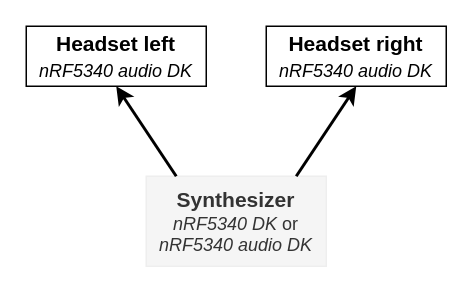
Earlier version of the draw.io diagram assets/devices.drawio (ReinBentdal/le_audio_synthesizer). Source tidied: cells renumbered, new cells numbered last; positions are measured from the earlier drawing's top-left corner, leaving out a move shared by most shapes. Both pictures are drawn from the tidied source at 150%, with x=0, y=0 at pixel (26, 26).
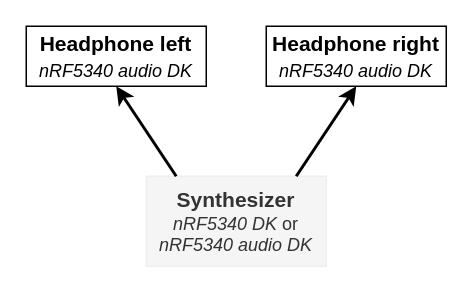
Above is the later version.

Change to the diagram source:
```diff
@@
 <mxGraphModel>
   <root>
     <mxCell id="0" />
     <mxCell id="1" parent="0" />
     <mxCell id="2" value="&lt;b&gt;&lt;font style=&quot;font-size: 14px;&quot;&gt;Synthesizer&lt;/font&gt;&lt;/b&gt;&lt;br&gt;&lt;i&gt;nRF5340 DK&lt;/i&gt; or &lt;i&gt;nRF5340 audio DK&lt;/i&gt;" style="rounded=0;whiteSpace=wrap;html=1;fillColor=#f5f5f5;fontColor=#333333;strokeColor=#EEEEEE;" parent="1" vertex="1">
       <mxGeometry x="80" y="100" width="120" height="60" as="geometry" />
     </mxCell>
-    <mxCell id="3" value="&lt;b&gt;Headset right&lt;/b&gt;&lt;br&gt;&lt;font style=&quot;font-size: 12px;&quot;&gt;&lt;i&gt;nRF5340 audio DK&lt;/i&gt;&lt;/font&gt;" style="rounded=0;whiteSpace=wrap;html=1;fontSize=14;" parent="1" vertex="1">
+    <mxCell id="3" value="&lt;b&gt;Headphone right&lt;/b&gt;&lt;br&gt;&lt;font style=&quot;font-size: 12px;&quot;&gt;&lt;i&gt;nRF5340 audio DK&lt;/i&gt;&lt;/font&gt;" style="rounded=0;whiteSpace=wrap;html=1;fontSize=14;" parent="1" vertex="1">
       <mxGeometry x="160" width="120" height="40" as="geometry" />
     </mxCell>
-    <mxCell id="4" value="&lt;b&gt;Headset left&lt;/b&gt;&lt;br&gt;&lt;font style=&quot;font-size: 12px;&quot;&gt;&lt;i&gt;nRF5340 audio DK&lt;/i&gt;&lt;/font&gt;" style="rounded=0;whiteSpace=wrap;html=1;fontSize=14;" parent="1" vertex="1">
+    <mxCell id="4" value="&lt;b&gt;Headphone left&lt;/b&gt;&lt;br&gt;&lt;font style=&quot;font-size: 12px;&quot;&gt;&lt;i&gt;nRF5340 audio DK&lt;/i&gt;&lt;/font&gt;" style="rounded=0;whiteSpace=wrap;html=1;fontSize=14;" parent="1" vertex="1">
       <mxGeometry width="120" height="40" as="geometry" />
     </mxCell>
     <mxCell id="5" style="endArrow=classic;html=1;rounded=0;fontSize=12;entryX=0.5;entryY=1;entryDx=0;entryDy=0;strokeWidth=2;" parent="1" edge="1" target="4">
       <mxGeometry relative="1" as="geometry">
         <mxPoint x="100" y="100" as="sourcePoint" />
       </mxGeometry>
     </mxCell>
     <mxCell id="6" style="endArrow=classic;html=1;rounded=0;fontSize=12;entryX=0.5;entryY=1;entryDx=0;entryDy=0;strokeWidth=2;" parent="1" edge="1" target="3">
       <mxGeometry relative="1" as="geometry">
         <mxPoint x="180" y="100" as="sourcePoint" />
       </mxGeometry>
     </mxCell>
   </root>
 </mxGraphModel>
```
